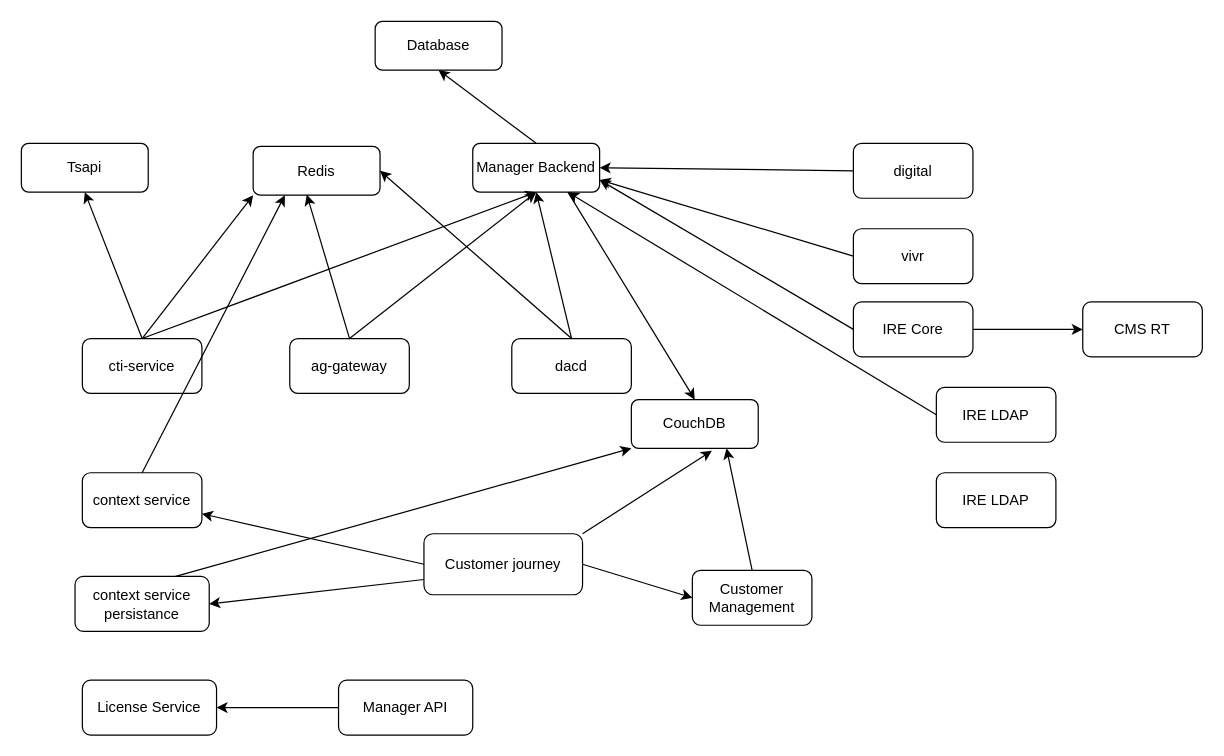
Above: Untitled Diagram.drawio in sunxingsong/app-digrams (draw.io), before the change. Source tidied: cells renumbered, new cells numbered last; positions are measured from the earlier drawing's top-left corner, leaving out a move shared by most shapes. Both pictures are drawn from the tidied source at 122%, with x=0, y=0 at pixel (21, 21).
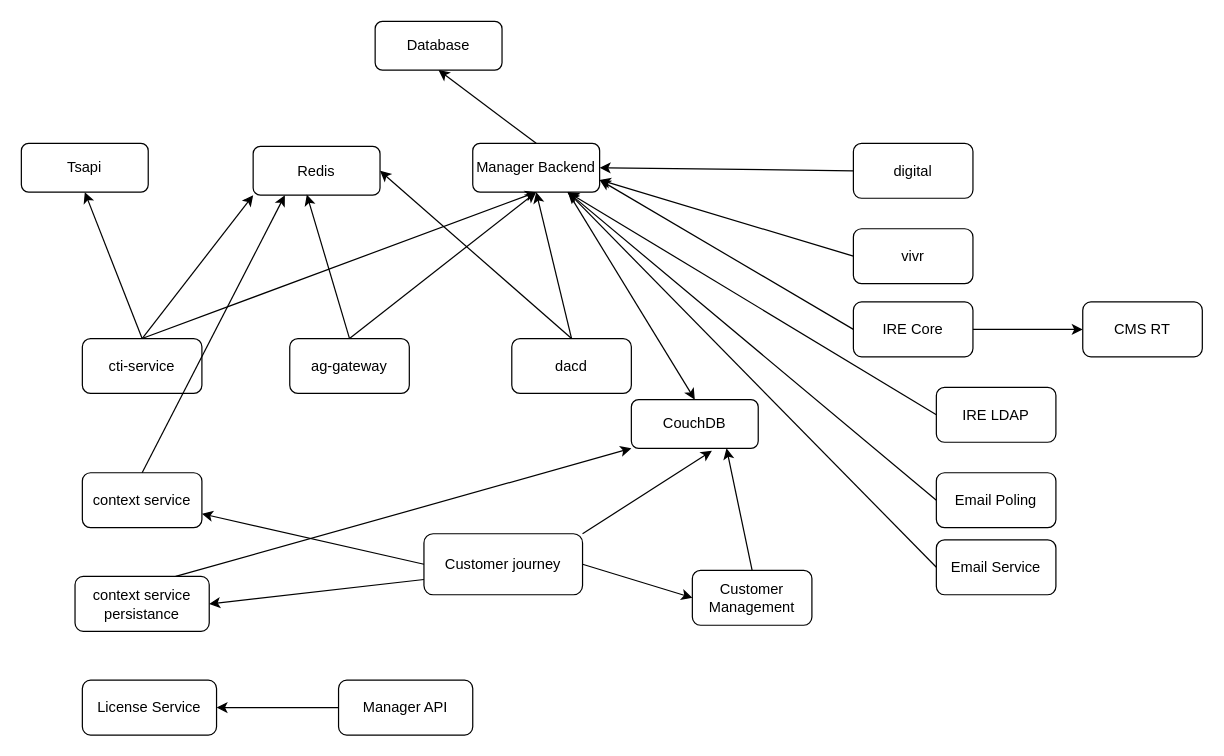
After the change.

Unchanged cells that the change refers to:
```xml
<mxCell id="4" value="Manager Backend" style="rounded=1;whiteSpace=wrap;html=1;" parent="1" vertex="1">
  <mxGeometry x="370" y="100" width="104" height="40" as="geometry" />
</mxCell>
```

What changed in the source:
```diff
@@
-    <mxCell id="43" value="IRE LDAP" style="rounded=1;whiteSpace=wrap;html=1;" parent="1" vertex="1">
+    <mxCell id="43" value="Email Poling" style="rounded=1;whiteSpace=wrap;html=1;" parent="1" vertex="1">
       <mxGeometry x="750" y="370" width="98" height="45" as="geometry" />
     </mxCell>
+    <mxCell id="44" value="Email Service" style="rounded=1;whiteSpace=wrap;html=1;" parent="1" vertex="1">
+      <mxGeometry x="750" y="425" width="98" height="45" as="geometry" />
+    </mxCell>
+    <mxCell id="45" style="endArrow=classic;html=1;rounded=0;entryX=0.75;entryY=1;entryDx=0;entryDy=0;exitX=0;exitY=0.5;exitDx=0;exitDy=0;" parent="1" edge="1" source="43" target="4">
+      <mxGeometry relative="1" as="geometry" />
+    </mxCell>
+    <mxCell id="46" style="endArrow=classic;html=1;rounded=0;exitX=0;exitY=0.5;exitDx=0;exitDy=0;entryX=0.75;entryY=1;entryDx=0;entryDy=0;" parent="1" edge="1" source="44" target="4">
+      <mxGeometry relative="1" as="geometry" />
+    </mxCell>
```
